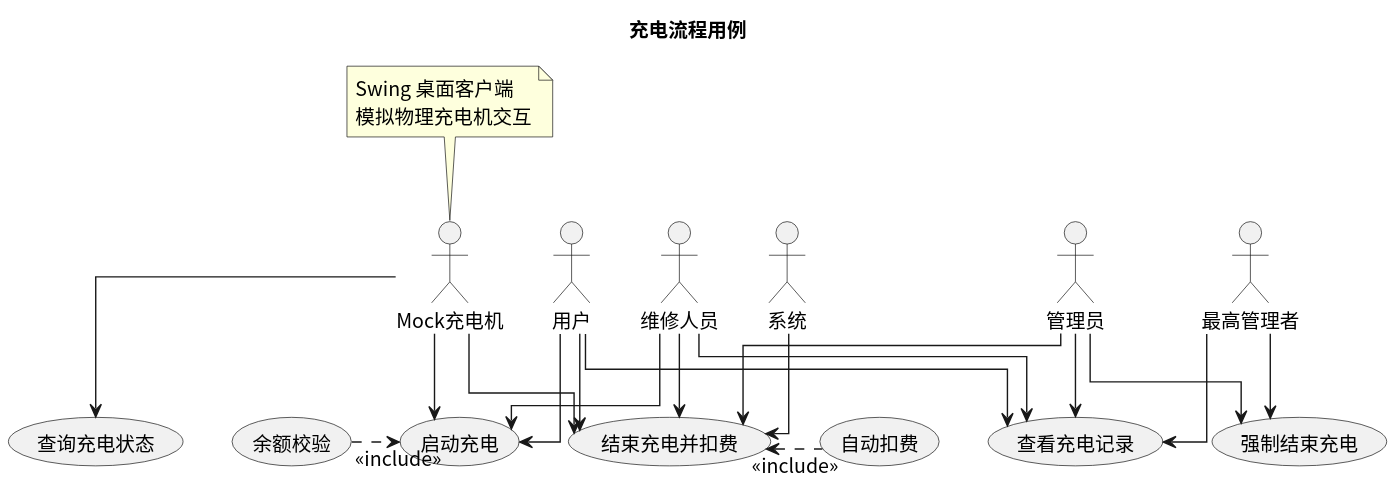
This is usecase/docs/backend/img/charging_flow.svg from greenhandzdl/charging-station-doc, a PlantUML export, as it was before one commit.
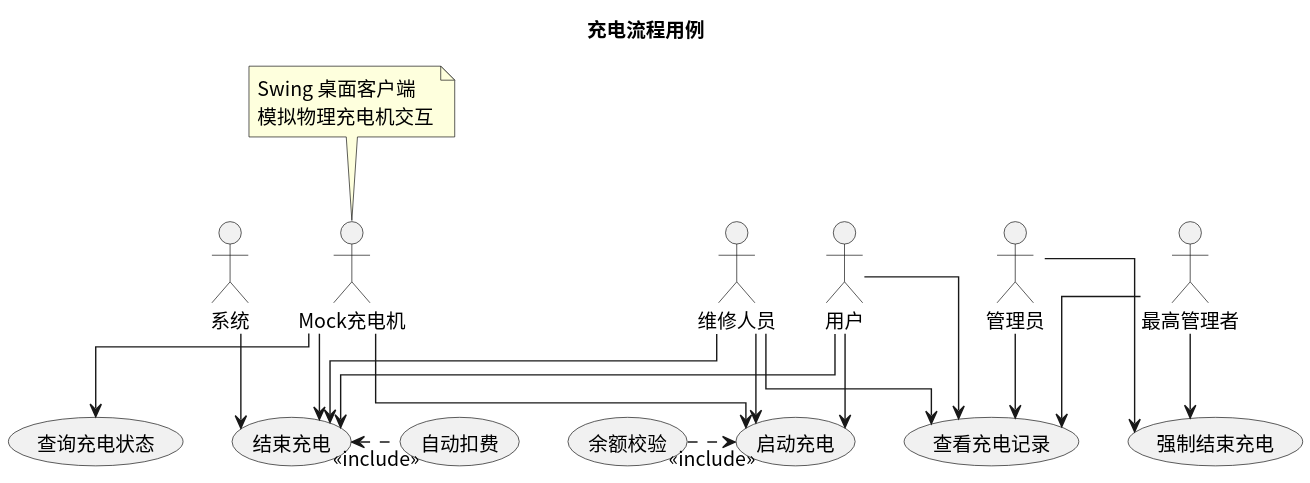
The same file after the commit.

The edit, as a diff of the source:
```diff
@@ -13,29 +13,28 @@
 
 (启动充电)
 (余额校验)
-(结束充电并扣费)
+(结束充电)
 (自动扣费)
 (强制结束充电)
 (查看充电记录)
 (查询充电状态)
 
 U --> 启动充电
-U --> 结束充电并扣费
+U --> 结束充电
 U --> 查看充电记录
 M --> 启动充电
-M --> 结束充电并扣费
+M --> 结束充电
 M --> 查看充电记录
-A --> 结束充电并扣费
 A --> 强制结束充电
 A --> 查看充电记录
 SA --> 强制结束充电
 SA --> 查看充电记录
 MC --> 启动充电
-MC --> 结束充电并扣费
+MC --> 结束充电
 MC --> 查询充电状态
 note top of MC : Swing 桌面客户端\n模拟物理充电机交互
-S --> 结束充电并扣费
+S --> 结束充电
 
 启动充电 <.left. 余额校验 : <<include>>
-结束充电并扣费 <.right. 自动扣费 : <<include>>
+结束充电 <.right. 自动扣费 : <<include>>
 @enduml
```
